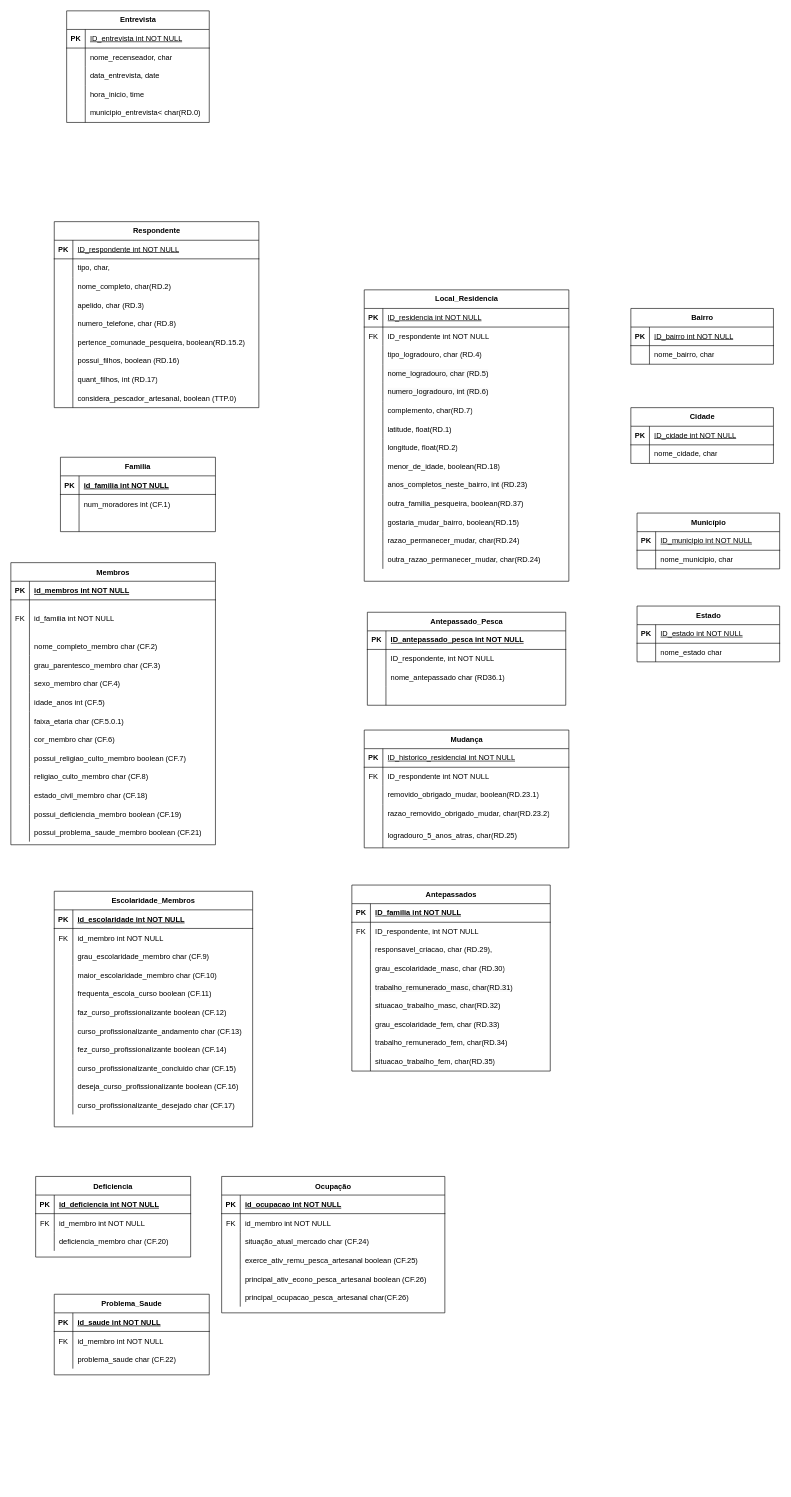
Before: mer_1.drawio in larisard/mer, a draw.io diagram. Source tidied: cells renumbered, new cells numbered last; positions are measured from the earlier drawing's top-left corner, leaving out a move shared by most shapes. Both pictures are drawn from the tidied source at 62%, with x=0, y=0 at pixel (11, 11).
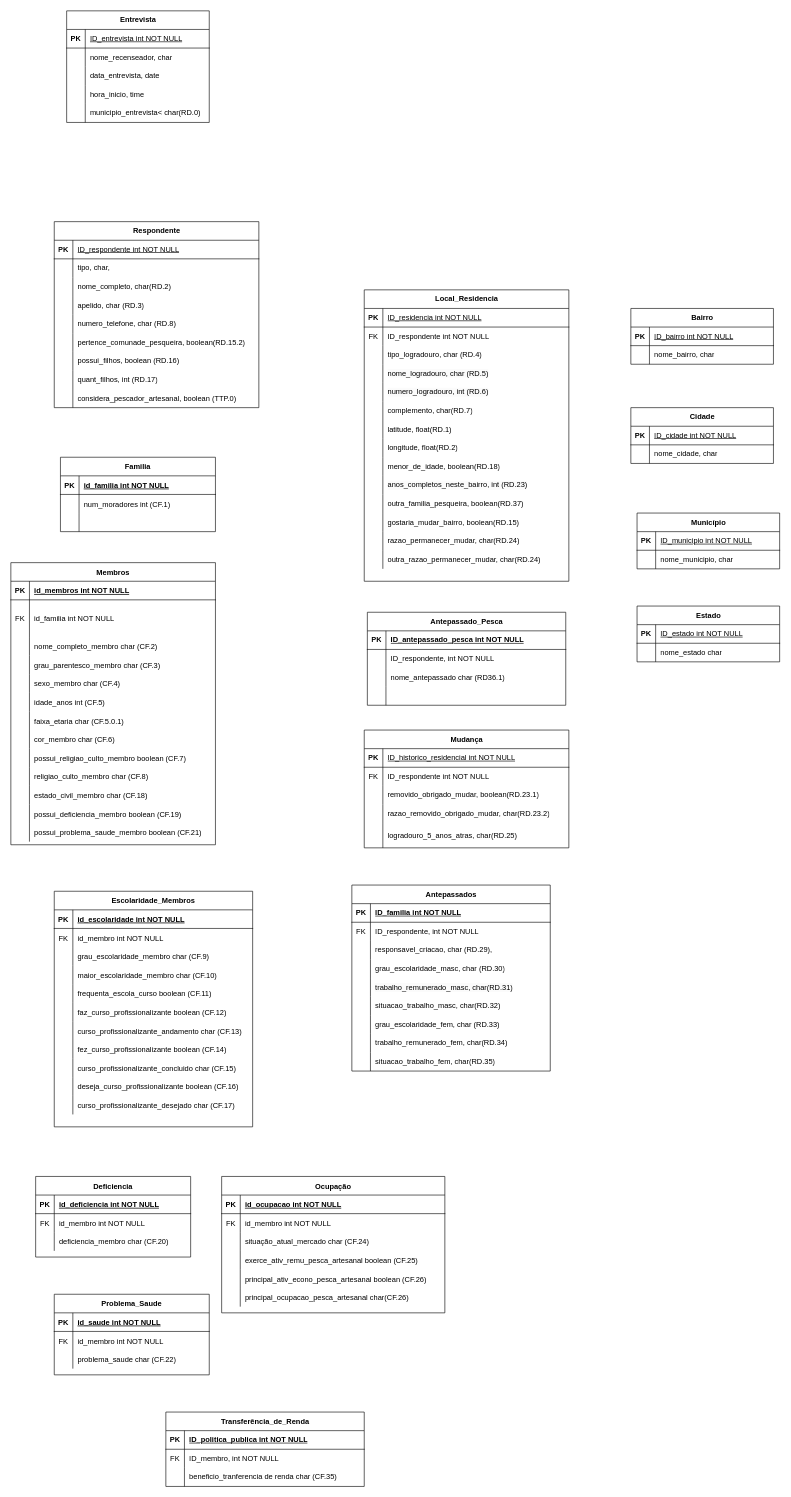
After the change.

The edit, as a diff of the source:
```diff
@@
+    <mxCell id="297" value="Transferência_de_Renda" style="shape=table;startSize=30;childLayout=tableLayout;rowLines=0;fontStyle=1;align=center;html=1;" parent="1" vertex="1">
+      <mxGeometry x="250" y="2260" width="320" height="120" as="geometry" />
+    </mxCell>
+    <mxCell id="298" style="shape=tableRow;horizontal=0;startSize=0;swimlaneHead=0;swimlaneBody=0;fillColor=none;top=0;left=0;right=0;bottom=1;" parent="297" vertex="1">
+      <mxGeometry y="30" width="320" height="30" as="geometry" />
+    </mxCell>
+    <mxCell id="299" value="PK" style="shape=partialRectangle;fillColor=none;top=0;left=0;bottom=0;right=0;fontStyle=1;overflow=hidden;whiteSpace=wrap;html=1;" parent="298" vertex="1">
+      <mxGeometry width="30" height="30" as="geometry" />
+    </mxCell>
+    <mxCell id="300" value="ID_politica_publica int NOT NULL" style="shape=partialRectangle;fillColor=none;top=0;left=0;bottom=0;right=0;align=left;spacingLeft=6;fontStyle=5;overflow=hidden;whiteSpace=wrap;html=1;" parent="298" vertex="1">
+      <mxGeometry x="30" width="290" height="30" as="geometry" />
+    </mxCell>
+    <mxCell id="301" style="shape=tableRow;horizontal=0;startSize=0;swimlaneHead=0;swimlaneBody=0;fillColor=none;top=0;left=0;right=0;bottom=0;" parent="297" vertex="1">
+      <mxGeometry y="60" width="320" height="30" as="geometry" />
+    </mxCell>
+    <mxCell id="302" value="FK" style="shape=partialRectangle;fillColor=none;top=0;left=0;bottom=0;right=0;overflow=hidden;whiteSpace=wrap;html=1;" parent="301" vertex="1">
+      <mxGeometry width="30" height="30" as="geometry" />
+    </mxCell>
+    <mxCell id="303" value="&lt;div style=&quot;text-wrap-mode: nowrap;&quot;&gt;ID_membro, int NOT NULL&lt;/div&gt;" style="shape=partialRectangle;fillColor=none;top=0;left=0;bottom=0;right=0;align=left;spacingLeft=6;overflow=hidden;whiteSpace=wrap;html=1;" parent="301" vertex="1">
+      <mxGeometry x="30" width="290" height="30" as="geometry" />
+    </mxCell>
+    <mxCell id="304" style="shape=tableRow;horizontal=0;startSize=0;swimlaneHead=0;swimlaneBody=0;fillColor=none;top=0;left=0;right=0;bottom=0;" parent="297" vertex="1">
+      <mxGeometry y="90" width="320" height="30" as="geometry" />
+    </mxCell>
+    <mxCell id="305" style="shape=partialRectangle;fillColor=none;top=0;left=0;bottom=0;right=0;overflow=hidden;whiteSpace=wrap;html=1;" parent="304" vertex="1">
+      <mxGeometry width="30" height="30" as="geometry" />
+    </mxCell>
+    <mxCell id="306" value="&lt;div style=&quot;text-wrap-mode: nowrap;&quot;&gt;&lt;div&gt;beneficio_tranferencia de renda char (CF.35)&amp;nbsp;&lt;/div&gt;&lt;/div&gt;" style="shape=partialRectangle;fillColor=none;top=0;left=0;bottom=0;right=0;align=left;spacingLeft=6;overflow=hidden;whiteSpace=wrap;html=1;" parent="304" vertex="1">
+      <mxGeometry x="30" width="290" height="30" as="geometry" />
+    </mxCell>
```
